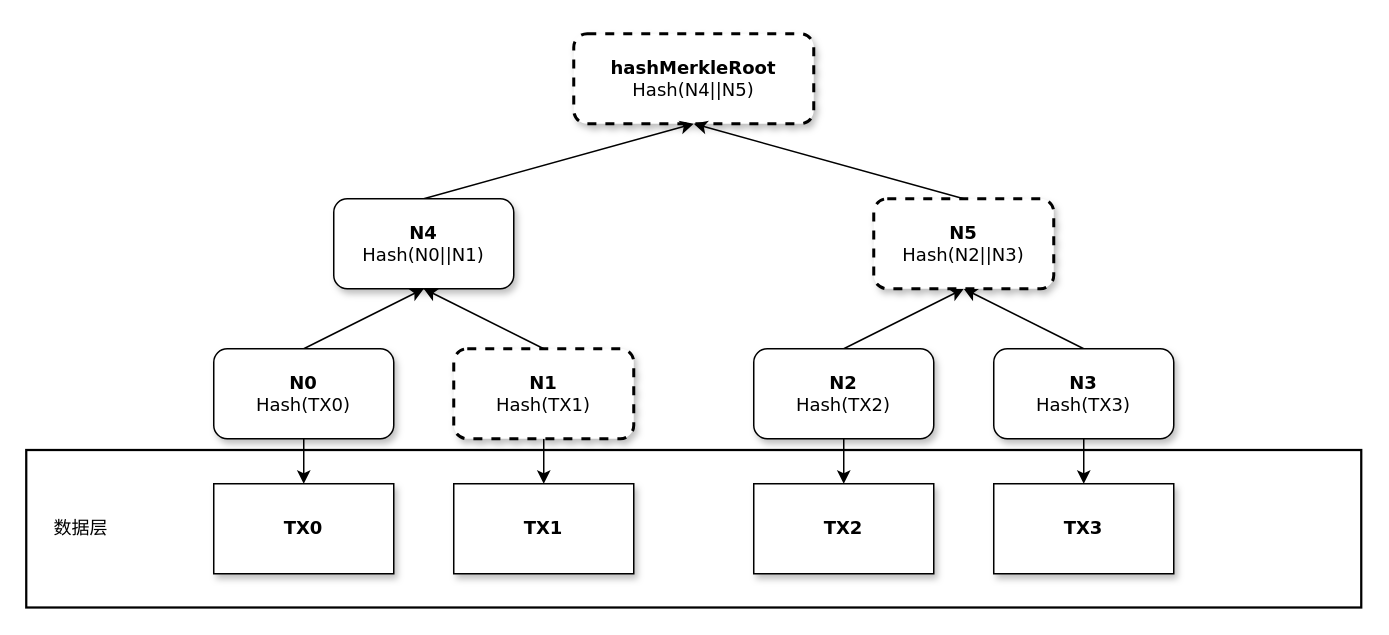
Earlier version of the draw.io diagram merkle.drawio (weihanby/Hello_Fudan). Source tidied: cells renumbered, new cells numbered last; positions are measured from the earlier drawing's top-left corner, leaving out a move shared by most shapes. Both pictures are drawn from the tidied source at 150%, with x=0, y=0 at pixel (26, 33).
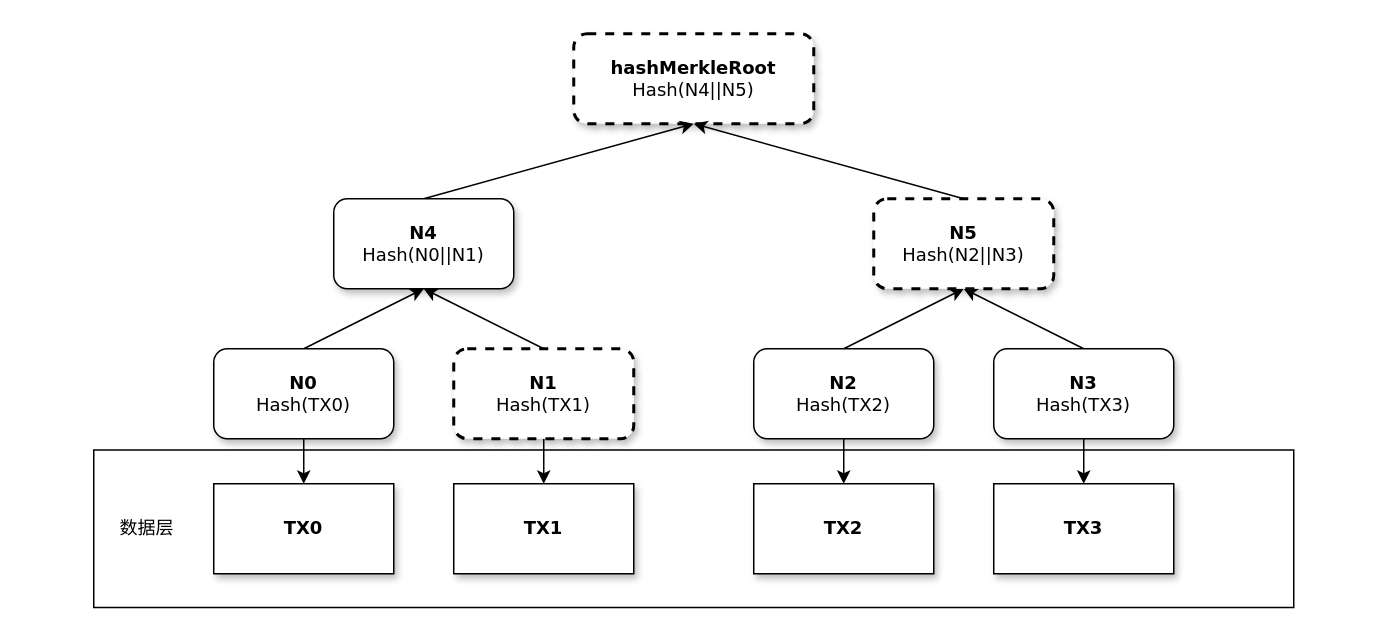
The same diagram, later.

Diff of the diagram source:
```diff
@@
-    <mxCell id="20" value="&amp;nbsp; &amp;nbsp; &amp;nbsp;数据层" style="whiteSpace=wrap;html=1;rounded=0;strokeWidth=1.5;fillColor=none;align=left;" parent="1" vertex="1">
-      <mxGeometry y="277.5" width="890" height="105" as="geometry" />
+    <mxCell id="20" value="&amp;nbsp; &amp;nbsp; &amp;nbsp;数据层" style="whiteSpace=wrap;html=1;rounded=0;strokeWidth=1;fillColor=none;align=left;spacing=1;labelBackgroundColor=none;" parent="1" vertex="1">
+      <mxGeometry x="45" y="277.5" width="800" height="105" as="geometry" />
     </mxCell>
```
